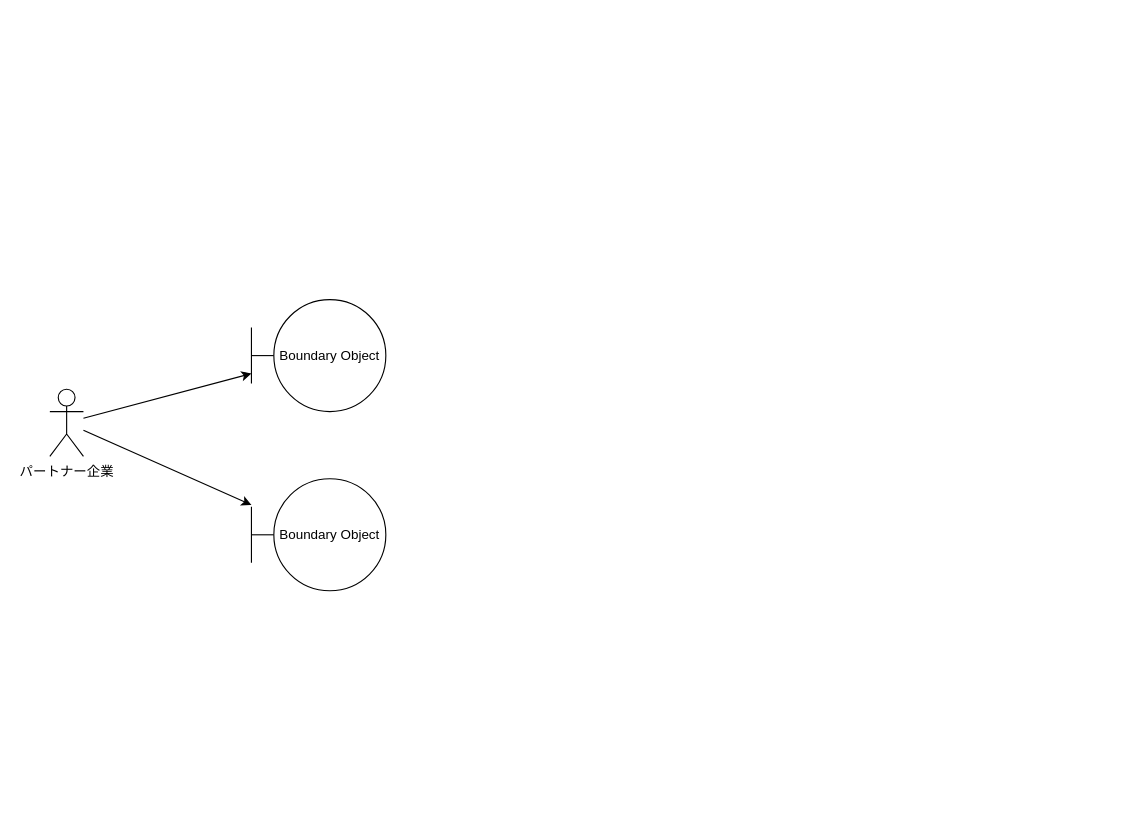
Earlier version of the draw.io diagram page "チャット" (6 of 9) of out/ロバストネス図/パートナー企業-ロバストネス図.drawio (ksw2270227/GroupF). Source tidied: cells renumbered, new cells numbered last; positions are measured from the earlier drawing's top-left corner, leaving out a move shared by most shapes. Both pictures are drawn from the tidied source at 112%, with x=0, y=0 at pixel (49, 299).
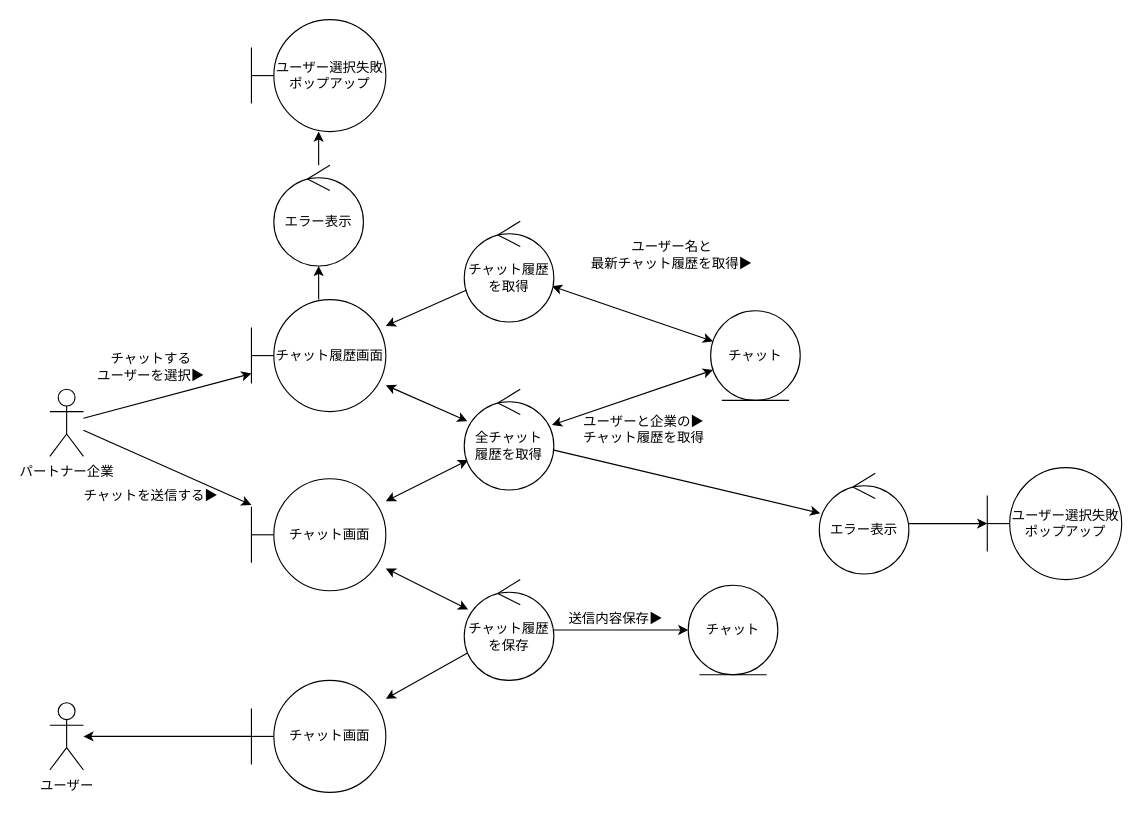
Above is the later version.

Diff of the diagram source:
```diff
@@
+    <mxCell id="7" style="edgeStyle=none;html=1;startArrow=classic;startFill=1;" parent="1" edge="1" source="5" target="23">
+      <mxGeometry relative="1" as="geometry" />
+    </mxCell>
-    <mxCell id="5" value="Boundary Object" style="shape=umlBoundary;whiteSpace=wrap;html=1;" parent="1" vertex="1">
+    <mxCell id="5" value="チャット画面" style="shape=umlBoundary;whiteSpace=wrap;html=1;" parent="1" vertex="1">
       <mxGeometry x="180" y="160" width="120" height="100" as="geometry" />
     </mxCell>
+    <mxCell id="8" style="edgeStyle=none;html=1;startArrow=classic;startFill=1;" parent="1" edge="1" source="6" target="18">
+      <mxGeometry relative="1" as="geometry" />
+    </mxCell>
+    <mxCell id="9" style="edgeStyle=none;html=1;startArrow=none;startFill=0;" parent="1" edge="1" source="6" target="30">
+      <mxGeometry relative="1" as="geometry" />
+    </mxCell>
-    <mxCell id="6" value="Boundary Object" style="shape=umlBoundary;whiteSpace=wrap;html=1;" parent="1" vertex="1">
+    <mxCell id="6" value="チャット履歴画面" style="shape=umlBoundary;whiteSpace=wrap;html=1;" parent="1" vertex="1">
       <mxGeometry x="180" width="120" height="100" as="geometry" />
     </mxCell>
+    <mxCell id="10" value="チャットする&lt;br&gt;ユーザーを選択▶" style="text;html=1;align=center;verticalAlign=middle;strokeColor=none;fillColor=none;" parent="1" vertex="1">
+      <mxGeometry x="30" y="40" width="120" height="40" as="geometry" />
+    </mxCell>
+    <mxCell id="11" style="edgeStyle=none;html=1;startArrow=classic;startFill=1;" parent="1" edge="1" source="12" target="14">
+      <mxGeometry relative="1" as="geometry" />
+    </mxCell>
+    <mxCell id="12" value="チャット" style="ellipse;shape=umlEntity;whiteSpace=wrap;html=1;" parent="1" vertex="1">
+      <mxGeometry x="590" y="10" width="80" height="80" as="geometry" />
+    </mxCell>
+    <mxCell id="13" style="edgeStyle=none;html=1;" parent="1" edge="1" source="14" target="6">
+      <mxGeometry relative="1" as="geometry" />
+    </mxCell>
+    <mxCell id="14" value="チャット履歴を取得" style="ellipse;shape=umlControl;whiteSpace=wrap;html=1;" parent="1" vertex="1">
+      <mxGeometry x="370" y="-70" width="80" height="90" as="geometry" />
+    </mxCell>
+    <mxCell id="15" style="edgeStyle=none;html=1;startArrow=classic;startFill=1;" parent="1" edge="1" source="18" target="5">
+      <mxGeometry relative="1" as="geometry" />
+    </mxCell>
+    <mxCell id="16" style="edgeStyle=none;html=1;startArrow=classic;startFill=1;" parent="1" edge="1" source="18" target="12">
+      <mxGeometry relative="1" as="geometry" />
+    </mxCell>
+    <mxCell id="17" style="edgeStyle=none;html=1;startArrow=none;startFill=0;" parent="1" edge="1" source="18" target="33">
+      <mxGeometry relative="1" as="geometry" />
+    </mxCell>
+    <mxCell id="18" value="全チャット&lt;br&gt;履歴を取得" style="ellipse;shape=umlControl;whiteSpace=wrap;html=1;" parent="1" vertex="1">
+      <mxGeometry x="370" y="80" width="80" height="90" as="geometry" />
+    </mxCell>
+    <mxCell id="19" value="ユーザー名と&lt;br&gt;最新チャット履歴を取得▶" style="text;html=1;align=center;verticalAlign=middle;strokeColor=none;fillColor=none;" parent="1" vertex="1">
+      <mxGeometry x="470" y="-60" width="170" height="40" as="geometry" />
+    </mxCell>
+    <mxCell id="20" value="チャットを送信する▶" style="text;html=1;align=center;verticalAlign=middle;strokeColor=none;fillColor=none;" parent="1" vertex="1">
+      <mxGeometry x="20" y="160" width="140" height="30" as="geometry" />
+    </mxCell>
+    <mxCell id="21" style="edgeStyle=none;html=1;startArrow=none;startFill=0;" parent="1" edge="1" source="23" target="26">
+      <mxGeometry relative="1" as="geometry" />
+    </mxCell>
+    <mxCell id="22" style="edgeStyle=none;html=1;startArrow=none;startFill=0;" parent="1" edge="1" source="23" target="28">
+      <mxGeometry relative="1" as="geometry" />
+    </mxCell>
+    <mxCell id="23" value="チャット履歴&lt;br&gt;を保存" style="ellipse;shape=umlControl;whiteSpace=wrap;html=1;" parent="1" vertex="1">
+      <mxGeometry x="370" y="250" width="80" height="90" as="geometry" />
+    </mxCell>
+    <mxCell id="24" value="ユーザーと企業の▶&lt;br&gt;チャット履歴を取得" style="text;html=1;align=center;verticalAlign=middle;strokeColor=none;fillColor=none;" parent="1" vertex="1">
+      <mxGeometry x="465" y="96" width="130" height="40" as="geometry" />
+    </mxCell>
+    <mxCell id="25" style="edgeStyle=none;html=1;startArrow=none;startFill=0;" parent="1" edge="1" source="26" target="27">
+      <mxGeometry relative="1" as="geometry" />
+    </mxCell>
+    <mxCell id="26" value="チャット画面" style="shape=umlBoundary;whiteSpace=wrap;html=1;" parent="1" vertex="1">
+      <mxGeometry x="180" y="340" width="120" height="100" as="geometry" />
+    </mxCell>
+    <mxCell id="27" value="ユーザー" style="shape=umlActor;verticalLabelPosition=bottom;verticalAlign=top;html=1;" parent="1" vertex="1">
+      <mxGeometry y="360" width="30" height="60" as="geometry" />
+    </mxCell>
+    <mxCell id="28" value="チャット" style="ellipse;shape=umlEntity;whiteSpace=wrap;html=1;" parent="1" vertex="1">
+      <mxGeometry x="570" y="255" width="80" height="80" as="geometry" />
+    </mxCell>
+    <mxCell id="29" style="edgeStyle=none;html=1;startArrow=none;startFill=0;" parent="1" edge="1" source="30" target="31">
+      <mxGeometry relative="1" as="geometry" />
+    </mxCell>
+    <mxCell id="30" value="エラー表示" style="ellipse;shape=umlControl;whiteSpace=wrap;html=1;" parent="1" vertex="1">
+      <mxGeometry x="200" y="-120" width="80" height="90" as="geometry" />
+    </mxCell>
+    <mxCell id="31" value="ユーザー選択失敗&lt;br&gt;ポップアップ" style="shape=umlBoundary;whiteSpace=wrap;html=1;" parent="1" vertex="1">
+      <mxGeometry x="180" y="-250" width="120" height="100" as="geometry" />
+    </mxCell>
+    <mxCell id="32" style="edgeStyle=none;html=1;startArrow=none;startFill=0;" parent="1" edge="1" source="33" target="34">
+      <mxGeometry relative="1" as="geometry" />
+    </mxCell>
+    <mxCell id="33" value="エラー表示" style="ellipse;shape=umlControl;whiteSpace=wrap;html=1;" parent="1" vertex="1">
+      <mxGeometry x="687" y="155" width="80" height="90" as="geometry" />
+    </mxCell>
+    <mxCell id="34" value="ユーザー選択失敗&lt;br&gt;ポップアップ" style="shape=umlBoundary;whiteSpace=wrap;html=1;" parent="1" vertex="1">
+      <mxGeometry x="837" y="150" width="120" height="100" as="geometry" />
+    </mxCell>
+    <mxCell id="35" value="送信内容保存▶" style="text;html=1;align=center;verticalAlign=middle;strokeColor=none;fillColor=none;" parent="1" vertex="1">
+      <mxGeometry x="450" y="270" width="110" height="30" as="geometry" />
+    </mxCell>
```
